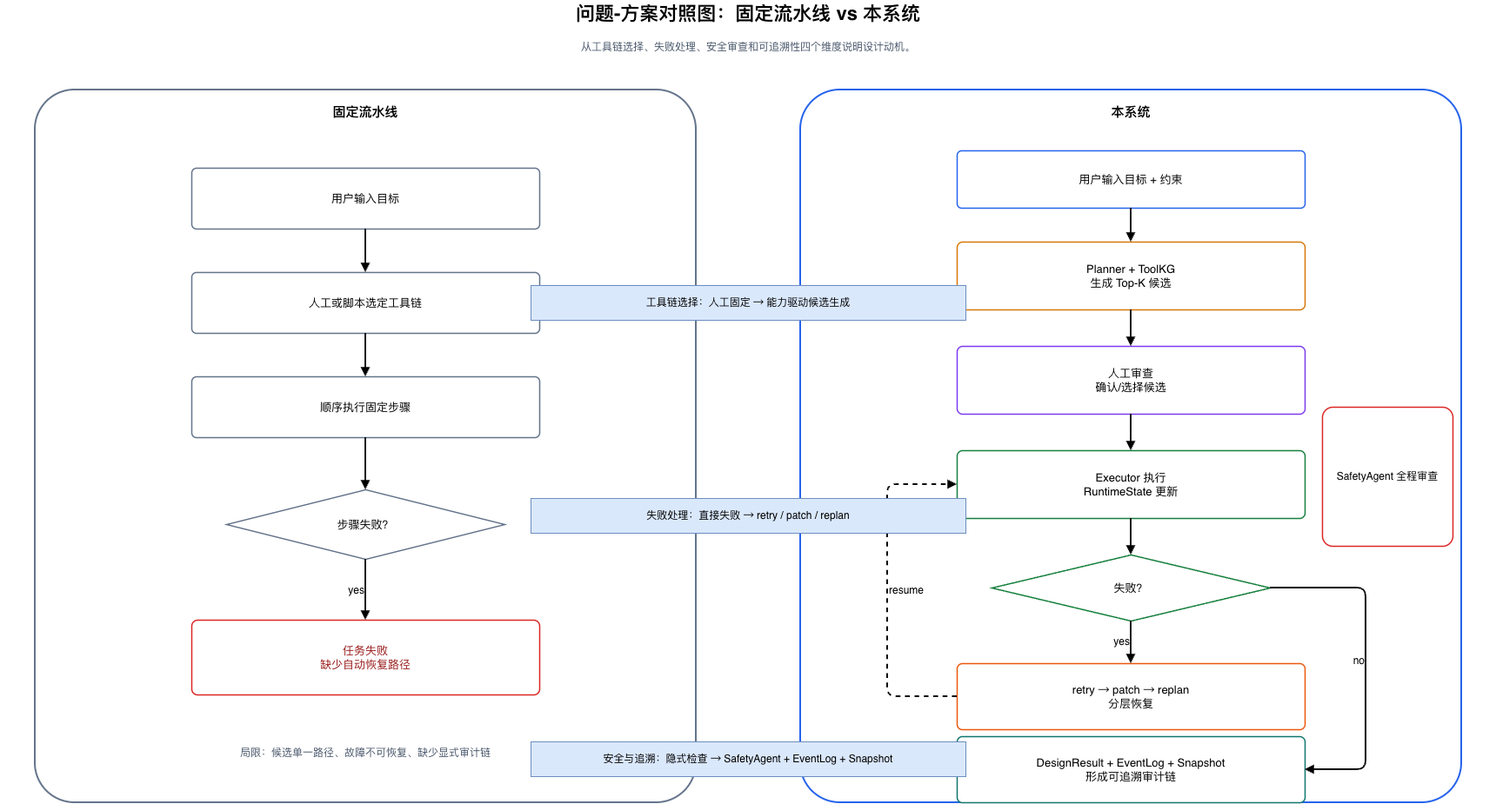
This is paper/figures/problem-solution-comparison.drawio.png from Yuri-Kon/thesis-project, a draw.io export, as it was before one commit. Source tidied: cells renumbered, new cells last; positions are measured from the earlier drawing's top-left corner, leaving out a move shared by most shapes.
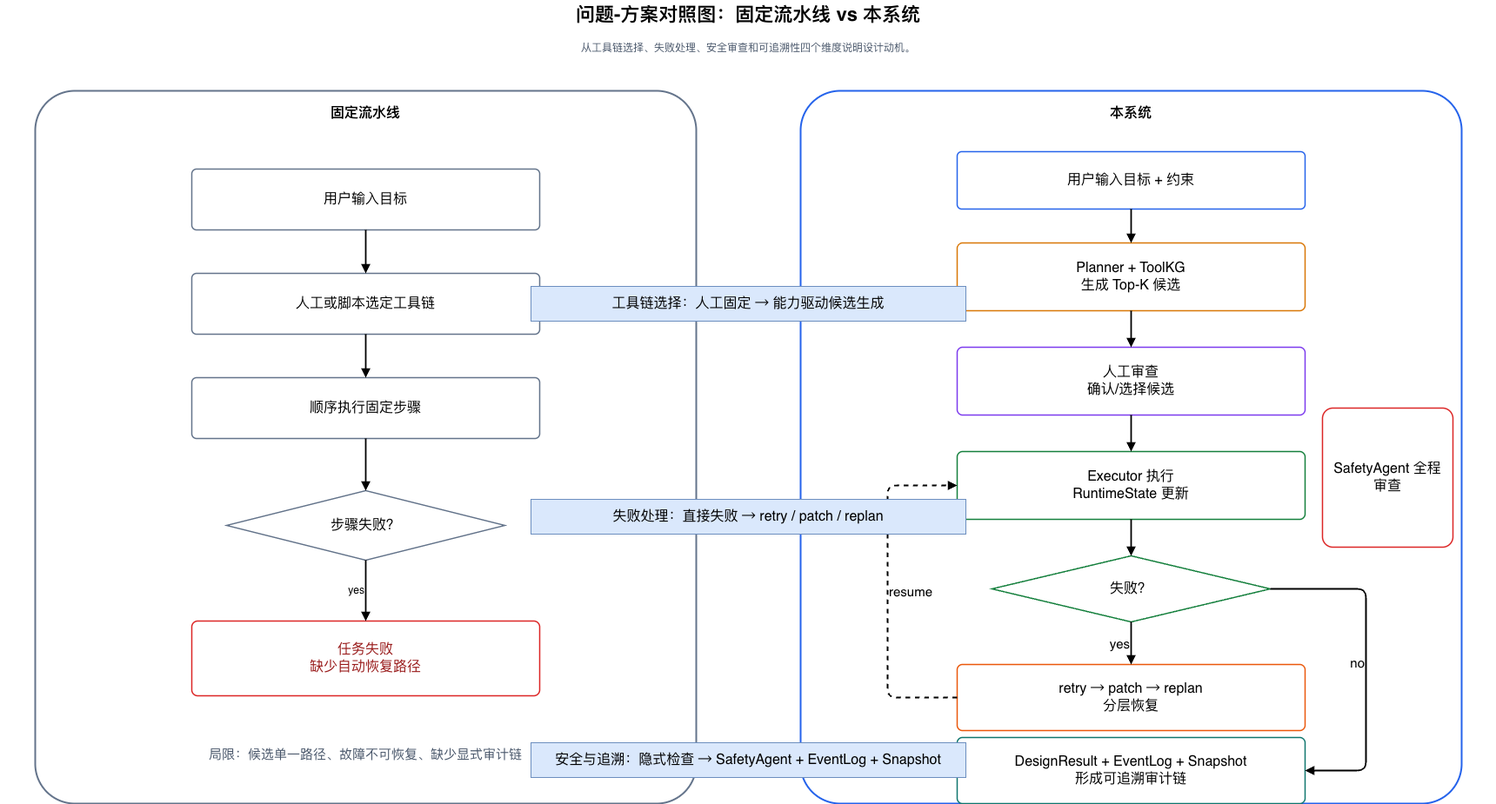
After the commit.

The edit, as a diff of the source:
```diff
@@ -8,28 +8,28 @@
     <mxCell id="3" value="从工具链选择、失败处理、安全审查和可追溯性四个维度说明设计动机。" style="fontFamily=Helvetica;fontSize=12;fontColor=#475569;align=center;verticalAlign=middle;whiteSpace=wrap;html=1;fillColor=none;strokeColor=none;" parent="1" vertex="1">
       <mxGeometry x="40" y="40" width="1640" height="30" as="geometry" />
     </mxCell>
-    <mxCell id="4" value="固定流水线" style="rounded=1;whiteSpace=wrap;html=1;arcSize=6;fillColor=#FFFFFF;strokeWidth=2;fontFamily=Helvetica;fontSize=15;fontStyle=1;align=center;verticalAlign=top;spacing=12;strokeColor=#64748B;" parent="1" vertex="1">
+    <mxCell id="4" value="&lt;font style=&quot;font-size: 16px;&quot;&gt;固定流水线&lt;/font&gt;" style="rounded=1;whiteSpace=wrap;html=1;arcSize=6;fillColor=#FFFFFF;strokeWidth=2;fontFamily=Helvetica;fontSize=15;fontStyle=1;align=center;verticalAlign=top;spacing=12;strokeColor=#64748B;" parent="1" vertex="1">
       <mxGeometry x="40" y="104" width="760" height="820" as="geometry" />
     </mxCell>
-    <mxCell id="5" value="本系统" style="rounded=1;whiteSpace=wrap;html=1;arcSize=6;fillColor=#FFFFFF;strokeWidth=2;fontFamily=Helvetica;fontSize=15;fontStyle=1;align=center;verticalAlign=top;spacing=12;strokeColor=#2563EB;" parent="1" vertex="1">
+    <mxCell id="5" value="&lt;font style=&quot;font-size: 16px;&quot;&gt;本系统&lt;/font&gt;" style="rounded=1;whiteSpace=wrap;html=1;arcSize=6;fillColor=#FFFFFF;strokeWidth=2;fontFamily=Helvetica;fontSize=15;fontStyle=1;align=center;verticalAlign=top;spacing=12;strokeColor=#2563EB;" parent="1" vertex="1">
       <mxGeometry x="920" y="104" width="760" height="820" as="geometry" />
     </mxCell>
-    <mxCell id="6" value="用户输入目标" style="rounded=1;whiteSpace=wrap;html=1;arcSize=8;fillColor=#FFFFFF;strokeWidth=1.5;fontFamily=Helvetica;fontSize=13;align=center;verticalAlign=middle;spacing=8;strokeColor=#64748B;" parent="1" vertex="1">
+    <mxCell id="6" value="用户输入目标" style="rounded=1;whiteSpace=wrap;html=1;arcSize=8;fillColor=#FFFFFF;strokeWidth=1.5;fontFamily=Helvetica;fontSize=16;align=center;verticalAlign=middle;spacing=8;strokeColor=#64748B;" parent="1" vertex="1">
       <mxGeometry x="220" y="194" width="400" height="70" as="geometry" />
     </mxCell>
-    <mxCell id="7" value="人工或脚本选定工具链" style="rounded=1;whiteSpace=wrap;html=1;arcSize=8;fillColor=#FFFFFF;strokeWidth=1.5;fontFamily=Helvetica;fontSize=13;align=center;verticalAlign=middle;spacing=8;strokeColor=#64748B;" parent="1" vertex="1">
+    <mxCell id="7" value="人工或脚本选定工具链" style="rounded=1;whiteSpace=wrap;html=1;arcSize=8;fillColor=#FFFFFF;strokeWidth=1.5;fontFamily=Helvetica;fontSize=16;align=center;verticalAlign=middle;spacing=8;strokeColor=#64748B;" parent="1" vertex="1">
       <mxGeometry x="220" y="314" width="400" height="70" as="geometry" />
     </mxCell>
-    <mxCell id="8" value="顺序执行固定步骤" style="rounded=1;whiteSpace=wrap;html=1;arcSize=8;fillColor=#FFFFFF;strokeWidth=1.5;fontFamily=Helvetica;fontSize=13;align=center;verticalAlign=middle;spacing=8;strokeColor=#64748B;" parent="1" vertex="1">
+    <mxCell id="8" value="顺序执行固定步骤" style="rounded=1;whiteSpace=wrap;html=1;arcSize=8;fillColor=#FFFFFF;strokeWidth=1.5;fontFamily=Helvetica;fontSize=16;align=center;verticalAlign=middle;spacing=8;strokeColor=#64748B;" parent="1" vertex="1">
       <mxGeometry x="220" y="434" width="400" height="70" as="geometry" />
     </mxCell>
-    <mxCell id="9" value="步骤失败？" style="rhombus;whiteSpace=wrap;html=1;fillColor=#FFFFFF;strokeColor=#64748B;strokeWidth=1.5;fontFamily=Helvetica;fontSize=13;align=center;verticalAlign=middle;" parent="1" vertex="1">
+    <mxCell id="9" value="步骤失败？" style="rhombus;whiteSpace=wrap;html=1;fillColor=#FFFFFF;strokeColor=#64748B;strokeWidth=1.5;fontFamily=Helvetica;fontSize=16;align=center;verticalAlign=middle;" parent="1" vertex="1">
       <mxGeometry x="260" y="564" width="320" height="80" as="geometry" />
     </mxCell>
-    <mxCell id="10" value="任务失败&lt;br&gt;缺少自动恢复路径" style="rounded=1;whiteSpace=wrap;html=1;arcSize=8;fillColor=#FFFFFF;strokeWidth=1.5;fontFamily=Helvetica;fontSize=13;align=center;verticalAlign=middle;spacing=8;strokeColor=#DC2626;fontColor=#991B1B;" parent="1" vertex="1">
+    <mxCell id="10" value="任务失败&lt;br&gt;缺少自动恢复路径" style="rounded=1;whiteSpace=wrap;html=1;arcSize=8;fillColor=#FFFFFF;strokeWidth=1.5;fontFamily=Helvetica;fontSize=16;align=center;verticalAlign=middle;spacing=8;strokeColor=#DC2626;fontColor=#991B1B;" parent="1" vertex="1">
       <mxGeometry x="220" y="714" width="400" height="86" as="geometry" />
     </mxCell>
-    <mxCell id="11" value="局限：候选单一路径、故障不可恢复、缺少显式审计链" style="fontFamily=Helvetica;fontSize=12;fontColor=#475569;align=center;verticalAlign=middle;whiteSpace=wrap;html=1;fillColor=none;strokeColor=none;" parent="1" vertex="1">
+    <mxCell id="11" value="局限：候选单一路径、故障不可恢复、缺少显式审计链" style="fontFamily=Helvetica;fontSize=15;fontColor=#475569;align=center;verticalAlign=middle;whiteSpace=wrap;html=1;fillColor=none;strokeColor=none;" parent="1" vertex="1">
       <mxGeometry x="125" y="844" width="590" height="46" as="geometry" />
     </mxCell>
     <mxCell id="12" style="endArrow=block;html=1;rounded=1;strokeWidth=1.8;fontSize=12;fontFamily=Helvetica;labelBackgroundColor=none;" parent="1" edge="1" source="6" target="7">
@@ -44,28 +44,28 @@
     <mxCell id="15" value="yes" style="endArrow=block;html=1;rounded=1;strokeWidth=1.8;fontSize=12;fontFamily=Helvetica;labelBackgroundColor=none;labelPosition=left;verticalLabelPosition=middle;align=right;verticalAlign=middle;" parent="1" edge="1" source="9" target="10">
       <mxGeometry relative="1" as="geometry" />
     </mxCell>
-    <mxCell id="16" value="用户输入目标 + 约束" style="rounded=1;whiteSpace=wrap;html=1;arcSize=8;fillColor=#FFFFFF;strokeWidth=1.5;fontFamily=Helvetica;fontSize=13;align=center;verticalAlign=middle;spacing=8;strokeColor=#2563EB;" parent="1" vertex="1">
+    <mxCell id="16" value="用户输入目标 + 约束" style="rounded=1;whiteSpace=wrap;html=1;arcSize=8;fillColor=#FFFFFF;strokeWidth=1.5;fontFamily=Helvetica;fontSize=16;align=center;verticalAlign=middle;spacing=8;strokeColor=#2563EB;" parent="1" vertex="1">
       <mxGeometry x="1100" y="174" width="400" height="66" as="geometry" />
     </mxCell>
-    <mxCell id="17" value="Planner + ToolKG&lt;br&gt;生成 Top-K 候选" style="rounded=1;whiteSpace=wrap;html=1;arcSize=8;fillColor=#FFFFFF;strokeWidth=1.5;fontFamily=Helvetica;fontSize=13;align=center;verticalAlign=middle;spacing=8;strokeColor=#D97706;" parent="1" vertex="1">
+    <mxCell id="17" value="Planner + ToolKG&lt;br&gt;生成 Top-K 候选" style="rounded=1;whiteSpace=wrap;html=1;arcSize=8;fillColor=#FFFFFF;strokeWidth=1.5;fontFamily=Helvetica;fontSize=16;align=center;verticalAlign=middle;spacing=8;strokeColor=#D97706;" parent="1" vertex="1">
       <mxGeometry x="1100" y="279" width="400" height="78" as="geometry" />
     </mxCell>
-    <mxCell id="18" value="人工审查&lt;br&gt;确认/选择候选" style="rounded=1;whiteSpace=wrap;html=1;arcSize=8;fillColor=#FFFFFF;strokeWidth=1.5;fontFamily=Helvetica;fontSize=13;align=center;verticalAlign=middle;spacing=8;strokeColor=#7C3AED;" parent="1" vertex="1">
+    <mxCell id="18" value="人工审查&lt;br&gt;确认/选择候选" style="rounded=1;whiteSpace=wrap;html=1;arcSize=8;fillColor=#FFFFFF;strokeWidth=1.5;fontFamily=Helvetica;fontSize=16;align=center;verticalAlign=middle;spacing=8;strokeColor=#7C3AED;" parent="1" vertex="1">
       <mxGeometry x="1100" y="399" width="400" height="78" as="geometry" />
     </mxCell>
-    <mxCell id="19" value="Executor 执行&lt;br&gt;RuntimeState 更新" style="rounded=1;whiteSpace=wrap;html=1;arcSize=8;fillColor=#FFFFFF;strokeWidth=1.5;fontFamily=Helvetica;fontSize=13;align=center;verticalAlign=middle;spacing=8;strokeColor=#15803D;" parent="1" vertex="1">
+    <mxCell id="19" value="Executor 执行&lt;br&gt;RuntimeState 更新" style="rounded=1;whiteSpace=wrap;html=1;arcSize=8;fillColor=#FFFFFF;strokeWidth=1.5;fontFamily=Helvetica;fontSize=16;align=center;verticalAlign=middle;spacing=8;strokeColor=#15803D;" parent="1" vertex="1">
       <mxGeometry x="1100" y="519" width="400" height="78" as="geometry" />
     </mxCell>
-    <mxCell id="20" value="失败？" style="rhombus;whiteSpace=wrap;html=1;fillColor=#FFFFFF;strokeColor=#15803D;strokeWidth=1.5;fontFamily=Helvetica;fontSize=13;align=center;verticalAlign=middle;" parent="1" vertex="1">
+    <mxCell id="20" value="失败？" style="rhombus;whiteSpace=wrap;html=1;fillColor=#FFFFFF;strokeColor=#15803D;strokeWidth=1.5;fontFamily=Helvetica;fontSize=16;align=center;verticalAlign=middle;" parent="1" vertex="1">
       <mxGeometry x="1140" y="639" width="320" height="76" as="geometry" />
     </mxCell>
-    <mxCell id="21" value="retry → patch → replan&lt;br&gt;分层恢复" style="rounded=1;whiteSpace=wrap;html=1;arcSize=8;fillColor=#FFFFFF;strokeWidth=1.5;fontFamily=Helvetica;fontSize=13;align=center;verticalAlign=middle;spacing=8;strokeColor=#EA580C;" parent="1" vertex="1">
+    <mxCell id="21" value="retry → patch → replan&lt;br&gt;分层恢复" style="rounded=1;whiteSpace=wrap;html=1;arcSize=8;fillColor=#FFFFFF;strokeWidth=1.5;fontFamily=Helvetica;fontSize=16;align=center;verticalAlign=middle;spacing=8;strokeColor=#EA580C;" parent="1" vertex="1">
       <mxGeometry x="1100" y="764" width="400" height="76" as="geometry" />
     </mxCell>
-    <mxCell id="22" value="DesignResult + EventLog + Snapshot&lt;br&gt;形成可追溯审计链" style="rounded=1;whiteSpace=wrap;html=1;arcSize=8;fillColor=#FFFFFF;strokeWidth=1.5;fontFamily=Helvetica;fontSize=13;align=center;verticalAlign=middle;spacing=8;strokeColor=#0F766E;" parent="1" vertex="1">
+    <mxCell id="22" value="DesignResult + EventLog + Snapshot&lt;br&gt;形成可追溯审计链" style="rounded=1;whiteSpace=wrap;html=1;arcSize=8;fillColor=#FFFFFF;strokeWidth=1.5;fontFamily=Helvetica;fontSize=16;align=center;verticalAlign=middle;spacing=8;strokeColor=#0F766E;" parent="1" vertex="1">
       <mxGeometry x="1100" y="848" width="400" height="76" as="geometry" />
     </mxCell>
-    <mxCell id="23" value="SafetyAgent 全程审查" style="rounded=1;whiteSpace=wrap;html=1;arcSize=8;fillColor=#FFFFFF;strokeWidth=1.5;fontFamily=Helvetica;fontSize=13;align=center;verticalAlign=middle;spacing=8;strokeColor=#DC2626;fontSize=12;" parent="1" vertex="1">
+    <mxCell id="23" value="&lt;font style=&quot;font-size: 16px;&quot;&gt;SafetyAgent 全程审查&lt;/font&gt;" style="rounded=1;whiteSpace=wrap;html=1;arcSize=8;fillColor=#FFFFFF;strokeWidth=1.5;fontFamily=Helvetica;fontSize=13;align=center;verticalAlign=middle;spacing=8;strokeColor=#DC2626;fontSize=12;" parent="1" vertex="1">
       <mxGeometry x="1520" y="469" width="150" height="160" as="geometry" />
     </mxCell>
     <mxCell id="24" style="endArrow=block;html=1;rounded=1;strokeWidth=1.8;fontSize=12;fontFamily=Helvetica;labelBackgroundColor=none;" parent="1" edge="1" source="16" target="17">
@@ -80,10 +80,10 @@
     <mxCell id="27" style="endArrow=block;html=1;rounded=1;strokeWidth=1.8;fontSize=12;fontFamily=Helvetica;labelBackgroundColor=none;" parent="1" edge="1" source="19" target="20">
       <mxGeometry relative="1" as="geometry" />
     </mxCell>
-    <mxCell id="28" value="yes" style="endArrow=block;html=1;rounded=1;strokeWidth=1.8;fontSize=12;fontFamily=Helvetica;labelBackgroundColor=none;labelPosition=left;verticalLabelPosition=middle;align=right;verticalAlign=middle;" parent="1" edge="1" source="20" target="21">
+    <mxCell id="28" value="yes" style="endArrow=block;html=1;rounded=1;strokeWidth=1.8;fontSize=15;fontFamily=Helvetica;labelBackgroundColor=none;labelPosition=left;verticalLabelPosition=middle;align=right;verticalAlign=middle;" parent="1" edge="1" source="20" target="21">
       <mxGeometry relative="1" as="geometry" />
     </mxCell>
-    <mxCell id="29" value="resume" style="endArrow=block;html=1;rounded=1;strokeWidth=1.8;fontSize=12;fontFamily=Helvetica;labelBackgroundColor=none;dashed=1;labelPosition=right;verticalLabelPosition=middle;align=left;verticalAlign=middle;" parent="1" edge="1" source="21" target="19">
+    <mxCell id="29" value="resume" style="endArrow=block;html=1;rounded=1;strokeWidth=1.8;fontSize=15;fontFamily=Helvetica;labelBackgroundColor=none;dashed=1;labelPosition=right;verticalLabelPosition=middle;align=left;verticalAlign=middle;" parent="1" edge="1" source="21" target="19">
       <mxGeometry relative="1" as="geometry">
         <Array as="points">
           <mxPoint x="1020" y="802" />
@@ -91,7 +91,7 @@
         </Array>
       </mxGeometry>
     </mxCell>
-    <mxCell id="30" value="no" style="endArrow=block;html=1;rounded=1;strokeWidth=1.8;fontSize=12;fontFamily=Helvetica;labelBackgroundColor=none;entryX=1;entryY=0.5;entryDx=0;entryDy=0;exitX=1;exitY=0.5;exitDx=0;exitDy=0;labelPosition=left;verticalLabelPosition=middle;align=right;verticalAlign=middle;" parent="1" edge="1" source="20" target="22">
+    <mxCell id="30" value="no" style="endArrow=block;html=1;rounded=1;strokeWidth=1.8;fontSize=15;fontFamily=Helvetica;labelBackgroundColor=none;entryX=1;entryY=0.5;entryDx=0;entryDy=0;exitX=1;exitY=0.5;exitDx=0;exitDy=0;labelPosition=left;verticalLabelPosition=middle;align=right;verticalAlign=middle;" parent="1" edge="1" source="20" target="22">
       <mxGeometry relative="1" as="geometry">
         <Array as="points">
           <mxPoint x="1570" y="677" />
@@ -99,13 +99,13 @@
         </Array>
       </mxGeometry>
     </mxCell>
-    <mxCell id="31" value="工具链选择：人工固定 → 能力驱动候选生成" style="fontFamily=Helvetica;fontSize=12;align=center;verticalAlign=middle;whiteSpace=wrap;html=1;fillColor=#dae8fc;strokeColor=#6c8ebf;" parent="1" vertex="1">
+    <mxCell id="31" value="工具链选择：人工固定 → 能力驱动候选生成" style="fontFamily=Helvetica;fontSize=16;align=center;verticalAlign=middle;whiteSpace=wrap;html=1;fillColor=#dae8fc;strokeColor=#6c8ebf;" parent="1" vertex="1">
       <mxGeometry x="610" y="329" width="500" height="40" as="geometry" />
     </mxCell>
-    <mxCell id="32" value="失败处理：直接失败 → retry / patch / replan" style="fontFamily=Helvetica;fontSize=12;align=center;verticalAlign=middle;whiteSpace=wrap;html=1;fillColor=#dae8fc;strokeColor=#6c8ebf;" parent="1" vertex="1">
+    <mxCell id="32" value="失败处理：直接失败 → retry / patch / replan" style="fontFamily=Helvetica;fontSize=16;align=center;verticalAlign=middle;whiteSpace=wrap;html=1;fillColor=#dae8fc;strokeColor=#6c8ebf;" parent="1" vertex="1">
       <mxGeometry x="610" y="574" width="500" height="40" as="geometry" />
     </mxCell>
-    <mxCell id="33" value="安全与追溯：隐式检查 → SafetyAgent + EventLog + Snapshot" style="fontFamily=Helvetica;fontSize=12;align=center;verticalAlign=middle;whiteSpace=wrap;html=1;fillColor=#dae8fc;strokeColor=#6c8ebf;" parent="1" vertex="1">
+    <mxCell id="33" value="安全与追溯：隐式检查 → SafetyAgent + EventLog + Snapshot" style="fontFamily=Helvetica;fontSize=16;align=center;verticalAlign=middle;whiteSpace=wrap;html=1;fillColor=#dae8fc;strokeColor=#6c8ebf;" parent="1" vertex="1">
       <mxGeometry x="610" y="854" width="500" height="40" as="geometry" />
     </mxCell>
   </root>
```
